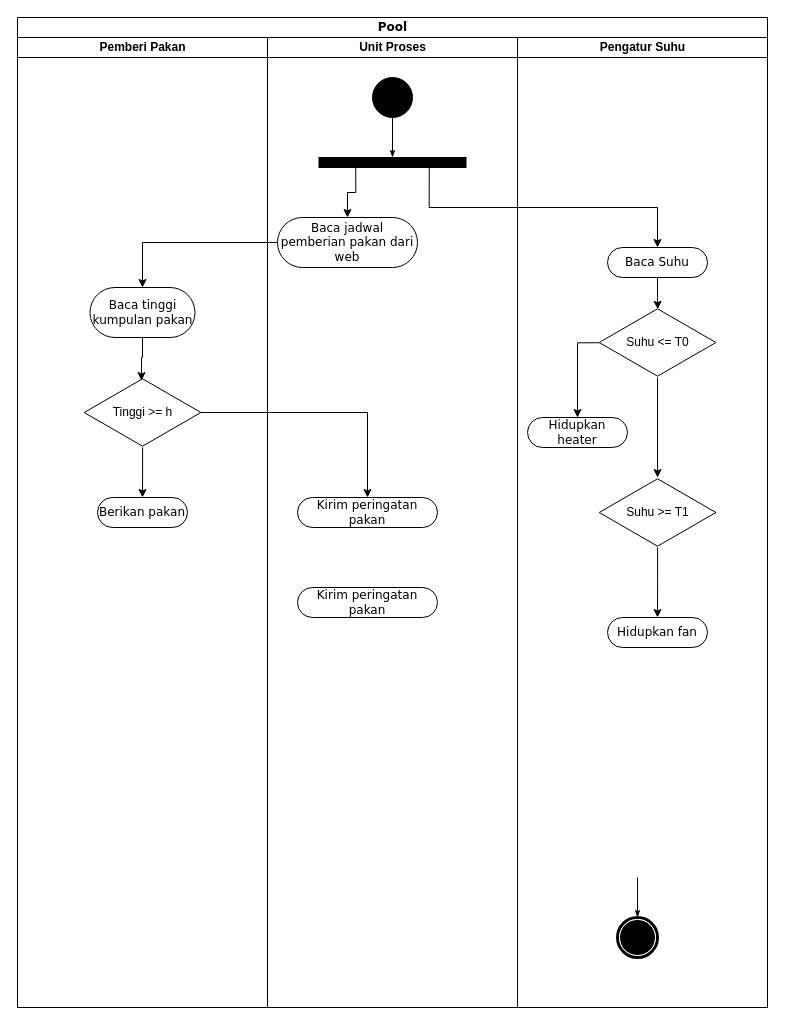
FITurnip/tubes_iot keeps this draw.io diagram as doc/activity_diagram.drawio. Above is the earlier version. Source tidied: cells renumbered, new cells numbered last; positions are measured from the earlier drawing's top-left corner, leaving out a move shared by most shapes. Both pictures are drawn from the tidied source at 100%, with x=0, y=0 at pixel (17, 17).
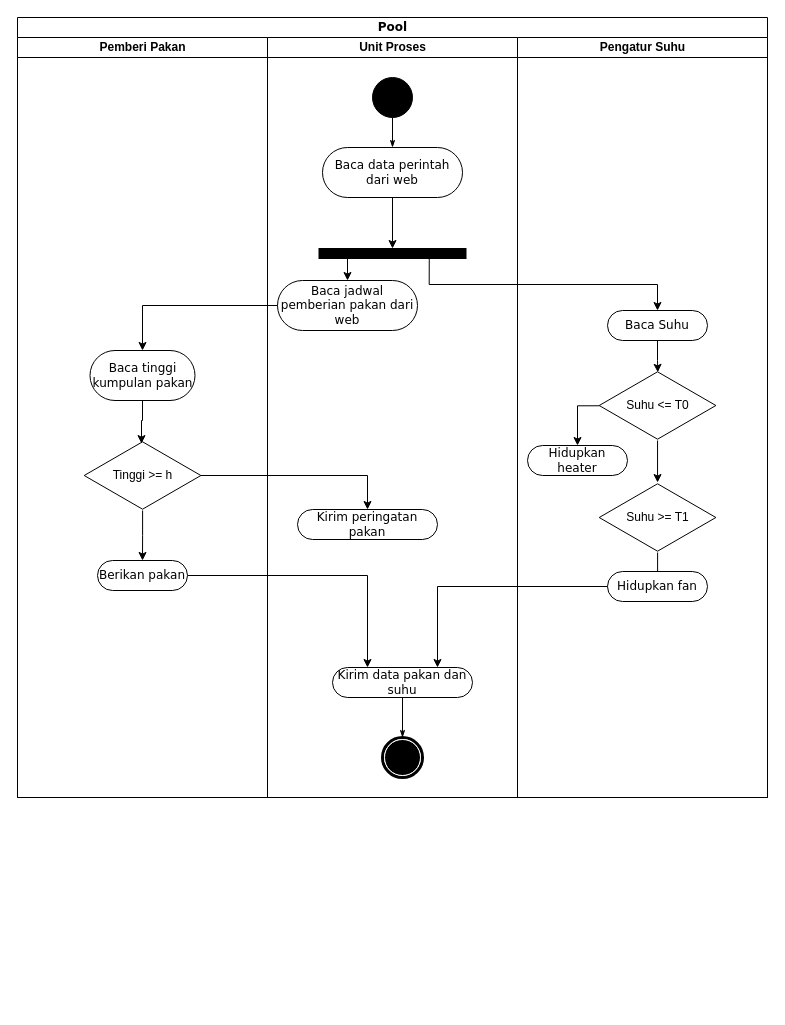
After the change.

Unchanged cells that the change refers to:
```xml
<mxCell id="16" style="ellipse;whiteSpace=wrap;html=1;rounded=0;shadow=0;comic=0;labelBackgroundColor=none;strokeWidth=1;fillColor=#000000;fontFamily=Verdana;fontSize=12;align=center;" parent="6" vertex="1">
  <mxGeometry x="105" y="40" width="40" height="40" as="geometry" />
</mxCell>
```

Change to the diagram source:
```diff
@@
     <mxCell id="2" value="Pool" style="swimlane;html=1;startSize=20;rounded=0;shadow=0;comic=0;labelBackgroundColor=none;strokeWidth=1;fontFamily=Verdana;fontSize=12;align=center;" parent="1" vertex="1">
-      <mxGeometry width="750" height="990" as="geometry" />
+      <mxGeometry width="750" height="780" as="geometry" />
     </mxCell>
     <mxCell id="3" value="Pemberi Pakan" style="swimlane;html=1;startSize=20;" parent="2" vertex="1">
-      <mxGeometry y="20" width="250" height="970" as="geometry" />
+      <mxGeometry y="20" width="250" height="760" as="geometry" />
     </mxCell>
@@
     <mxCell id="6" value="Unit Proses" style="swimlane;html=1;startSize=20;" parent="2" vertex="1">
-      <mxGeometry x="250" y="20" width="250" height="970" as="geometry" />
+      <mxGeometry x="250" y="20" width="250" height="760" as="geometry" />
     </mxCell>
@@
     <mxCell id="8" style="whiteSpace=wrap;html=1;rounded=0;shadow=0;comic=0;labelBackgroundColor=none;strokeWidth=1;fillColor=#000000;fontFamily=Verdana;fontSize=12;align=center;rotation=0;" parent="6" vertex="1">
-      <mxGeometry x="51.5" y="120" width="147" height="10" as="geometry" />
+      <mxGeometry x="51.5" y="211" width="147" height="10" as="geometry" />
     </mxCell>
@@
-    <mxCell id="17" style="edgeStyle=orthogonalEdgeStyle;rounded=0;html=1;entryX=0.5;entryY=0;labelBackgroundColor=none;startArrow=none;startFill=0;startSize=5;endArrow=classicThin;endFill=1;endSize=5;jettySize=auto;strokeWidth=1;fontFamily=Verdana;fontSize=12;exitX=0.5;exitY=1;exitDx=0;exitDy=0;entryDx=0;entryDy=0;" parent="6" edge="1" source="16" target="8">
+    <mxCell id="17" style="edgeStyle=orthogonalEdgeStyle;rounded=0;html=1;entryX=0.5;entryY=0;labelBackgroundColor=none;startArrow=none;startFill=0;startSize=5;endArrow=classicThin;endFill=1;endSize=5;jettySize=auto;strokeWidth=1;fontFamily=Verdana;fontSize=12;exitX=0.5;exitY=1;exitDx=0;exitDy=0;entryDx=0;entryDy=0;" parent="6" edge="1" source="16" target="59">
       <mxGeometry relative="1" as="geometry" />
     </mxCell>
     <mxCell id="18" value="Baca jadwal pemberian pakan dari web" style="rounded=1;whiteSpace=wrap;html=1;shadow=0;comic=0;labelBackgroundColor=none;strokeWidth=1;fontFamily=Verdana;fontSize=12;align=center;arcSize=50;" parent="6" vertex="1">
-      <mxGeometry x="10" y="180" width="140" height="50" as="geometry" />
+      <mxGeometry x="10" y="243" width="140" height="50" as="geometry" />
     </mxCell>
     <mxCell id="19" value="Baca tinggi kumpulan pakan" style="rounded=1;whiteSpace=wrap;html=1;shadow=0;comic=0;labelBackgroundColor=none;strokeWidth=1;fontFamily=Verdana;fontSize=12;align=center;arcSize=50;" parent="6" vertex="1">
-      <mxGeometry x="-177.5" y="250" width="105" height="50" as="geometry" />
+      <mxGeometry x="-177.5" y="313" width="105" height="50" as="geometry" />
     </mxCell>
     <mxCell id="20" value="Tinggi &amp;gt;= h" style="html=1;whiteSpace=wrap;shape=isoRectangle;" parent="6" vertex="1">
-      <mxGeometry x="-183.3" y="340" width="116.7" height="70" as="geometry" />
+      <mxGeometry x="-183.3" y="403" width="116.7" height="70" as="geometry" />
     </mxCell>
+    <mxCell id="57" style="edgeStyle=orthogonalEdgeStyle;rounded=0;jettySize=auto;html=1;entryX=0.25;entryY=0;entryDx=0;entryDy=0;" parent="6" edge="1" source="21" target="27">
+      <mxGeometry relative="1" as="geometry" />
+    </mxCell>
     <mxCell id="21" value="Berikan pakan" style="rounded=1;whiteSpace=wrap;html=1;shadow=0;comic=0;labelBackgroundColor=none;strokeWidth=1;fontFamily=Verdana;fontSize=12;align=center;arcSize=50;" parent="6" vertex="1">
-      <mxGeometry x="-170" y="460" width="90" height="30" as="geometry" />
+      <mxGeometry x="-170" y="523" width="90" height="30" as="geometry" />
     </mxCell>
@@
     <mxCell id="23" value="Kirim peringatan pakan" style="rounded=1;whiteSpace=wrap;html=1;shadow=0;comic=0;labelBackgroundColor=none;strokeWidth=1;fontFamily=Verdana;fontSize=12;align=center;arcSize=50;" parent="6" vertex="1">
-      <mxGeometry x="30" y="460" width="140" height="30" as="geometry" />
+      <mxGeometry x="30" y="472" width="140" height="30" as="geometry" />
     </mxCell>
@@
-    <mxCell id="27" value="Kirim peringatan pakan" style="rounded=1;whiteSpace=wrap;html=1;shadow=0;comic=0;labelBackgroundColor=none;strokeWidth=1;fontFamily=Verdana;fontSize=12;align=center;arcSize=50;" parent="6" vertex="1">
-      <mxGeometry x="30" y="550" width="140" height="30" as="geometry" />
+    <mxCell id="27" value="Kirim data pakan dan suhu" style="rounded=1;whiteSpace=wrap;html=1;shadow=0;comic=0;labelBackgroundColor=none;strokeWidth=1;fontFamily=Verdana;fontSize=12;align=center;arcSize=50;" parent="6" vertex="1">
+      <mxGeometry x="65" y="630" width="140" height="30" as="geometry" />
     </mxCell>
+    <mxCell id="58" style="edgeStyle=orthogonalEdgeStyle;rounded=0;jettySize=auto;html=1;entryX=0.5;entryY=0;entryDx=0;entryDy=0;" parent="6" edge="1" source="59" target="8">
+      <mxGeometry relative="1" as="geometry" />
+    </mxCell>
+    <mxCell id="59" value="Baca data perintah dari web" style="rounded=1;whiteSpace=wrap;html=1;shadow=0;comic=0;labelBackgroundColor=none;strokeWidth=1;fontFamily=Verdana;fontSize=12;align=center;arcSize=50;" parent="6" vertex="1">
+      <mxGeometry x="55" y="110" width="140" height="50" as="geometry" />
+    </mxCell>
+    <mxCell id="35" style="shape=mxgraph.bpmn.shape;html=1;verticalLabelPosition=bottom;labelBackgroundColor=#ffffff;verticalAlign=top;perimeter=ellipsePerimeter;outline=end;symbol=terminate;rounded=0;shadow=0;comic=0;strokeWidth=1;fontFamily=Verdana;fontSize=12;align=center;" parent="6" vertex="1">
+      <mxGeometry x="115" y="700" width="40" height="40" as="geometry" />
+    </mxCell>
+    <mxCell id="34" style="edgeStyle=none;rounded=0;html=1;labelBackgroundColor=none;startArrow=none;startFill=0;startSize=5;endArrow=classicThin;endFill=1;endSize=5;jettySize=auto;strokeWidth=1;fontFamily=Verdana;fontSize=12;exitX=0.5;exitY=1;exitDx=0;exitDy=0;" parent="6" edge="1" source="27" target="35">
+      <mxGeometry relative="1" as="geometry" />
+    </mxCell>
     <mxCell id="28" value="Pengatur Suhu" style="swimlane;html=1;startSize=20;" parent="2" vertex="1">
-      <mxGeometry x="500" y="20" width="250" height="970" as="geometry" />
+      <mxGeometry x="500" y="20" width="250" height="760" as="geometry" />
     </mxCell>
@@
-    <mxCell id="34" style="edgeStyle=none;rounded=0;html=1;labelBackgroundColor=none;startArrow=none;startFill=0;startSize=5;endArrow=classicThin;endFill=1;endSize=5;jettySize=auto;strokeWidth=1;fontFamily=Verdana;fontSize=12;" parent="28" edge="1" target="35">
-      <mxGeometry relative="1" as="geometry">
-        <mxPoint x="120" y="840" as="sourcePoint" />
-      </mxGeometry>
-    </mxCell>
-    <mxCell id="35" style="shape=mxgraph.bpmn.shape;html=1;verticalLabelPosition=bottom;labelBackgroundColor=#ffffff;verticalAlign=top;perimeter=ellipsePerimeter;outline=end;symbol=terminate;rounded=0;shadow=0;comic=0;strokeWidth=1;fontFamily=Verdana;fontSize=12;align=center;" parent="28" vertex="1">
-      <mxGeometry x="100" y="880" width="40" height="40" as="geometry" />
-    </mxCell>
@@
     <mxCell id="43" value="Baca Suhu" style="rounded=1;whiteSpace=wrap;html=1;shadow=0;comic=0;labelBackgroundColor=none;strokeWidth=1;fontFamily=Verdana;fontSize=12;align=center;arcSize=50;" parent="28" vertex="1">
-      <mxGeometry x="90" y="210" width="100" height="30" as="geometry" />
+      <mxGeometry x="90" y="273" width="100" height="30" as="geometry" />
     </mxCell>
@@
     <mxCell id="46" value="Suhu &amp;lt;= T0" style="html=1;whiteSpace=wrap;shape=isoRectangle;" parent="28" vertex="1">
-      <mxGeometry x="81.7" y="270" width="116.7" height="70" as="geometry" />
+      <mxGeometry x="81.7" y="333" width="116.7" height="70" as="geometry" />
     </mxCell>
@@
     <mxCell id="48" value="Hidupkan heater" style="rounded=1;whiteSpace=wrap;html=1;shadow=0;comic=0;labelBackgroundColor=none;strokeWidth=1;fontFamily=Verdana;fontSize=12;align=center;arcSize=50;" parent="28" vertex="1">
-      <mxGeometry x="10" y="380" width="100" height="30" as="geometry" />
+      <mxGeometry x="10" y="408" width="100" height="30" as="geometry" />
     </mxCell>
@@
     <mxCell id="50" value="Suhu &amp;gt;= T1" style="html=1;whiteSpace=wrap;shape=isoRectangle;" parent="28" vertex="1">
-      <mxGeometry x="81.7" y="440" width="116.7" height="70" as="geometry" />
+      <mxGeometry x="81.7" y="445" width="116.7" height="70" as="geometry" />
     </mxCell>
     <mxCell id="51" value="Hidupkan fan" style="rounded=1;whiteSpace=wrap;html=1;shadow=0;comic=0;labelBackgroundColor=none;strokeWidth=1;fontFamily=Verdana;fontSize=12;align=center;arcSize=50;" parent="28" vertex="1">
-      <mxGeometry x="90" y="580" width="100" height="30" as="geometry" />
+      <mxGeometry x="90" y="534" width="100" height="30" as="geometry" />
     </mxCell>
@@
+    <mxCell id="60" style="edgeStyle=orthogonalEdgeStyle;rounded=0;jettySize=auto;html=1;entryX=0.75;entryY=0;entryDx=0;entryDy=0;" parent="2" edge="1" source="51" target="27">
+      <mxGeometry relative="1" as="geometry" />
+    </mxCell>
```
